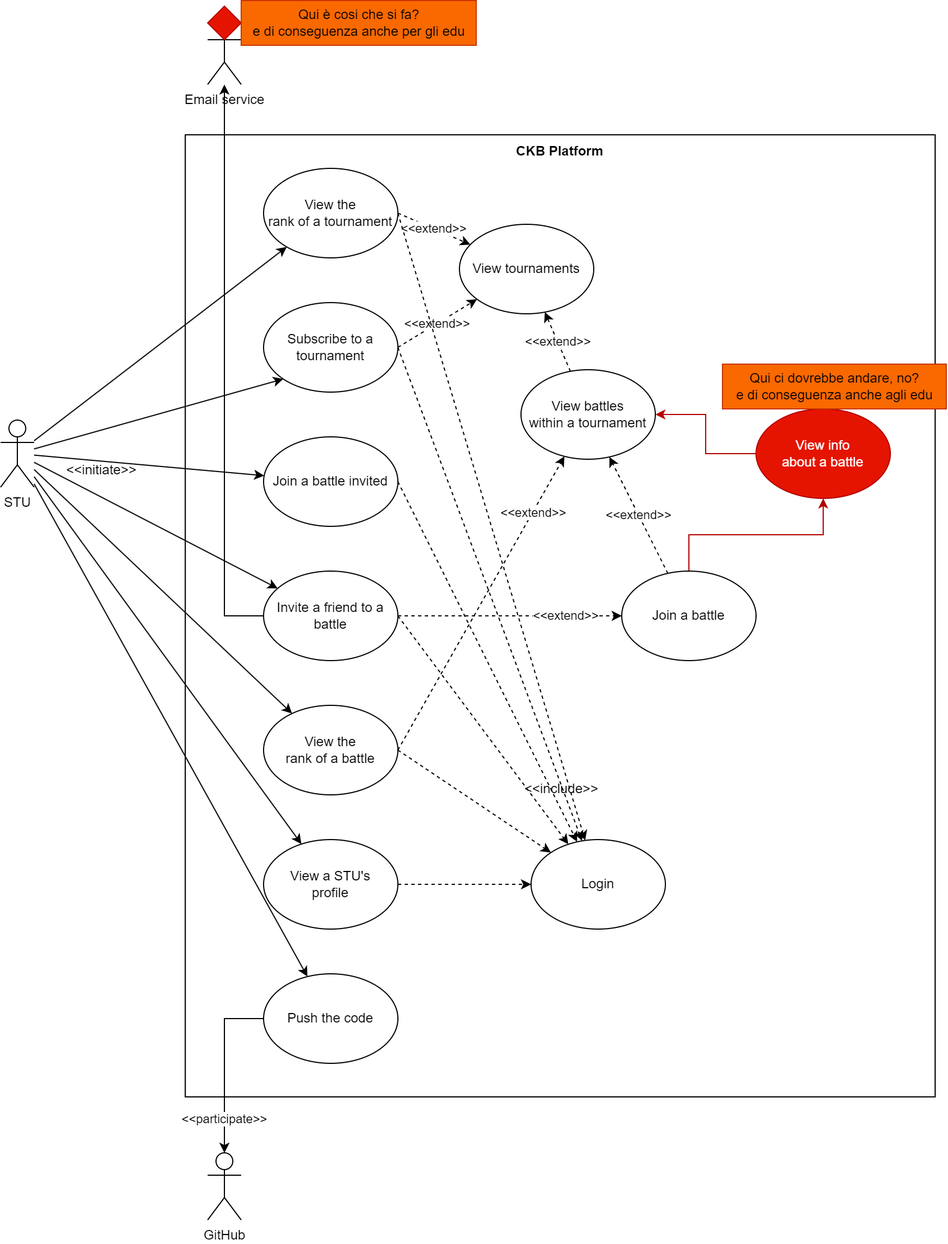
This is RASD/images/sequence_diagrams/use_case_diagrams_STU.png from pontig/sw-eng-2-PasiniPontiggiaStasi, a draw.io export, as it was before one commit. Source tidied: cells renumbered, new cells last; positions are measured from the earlier drawing's top-left corner, leaving out a move shared by most shapes.
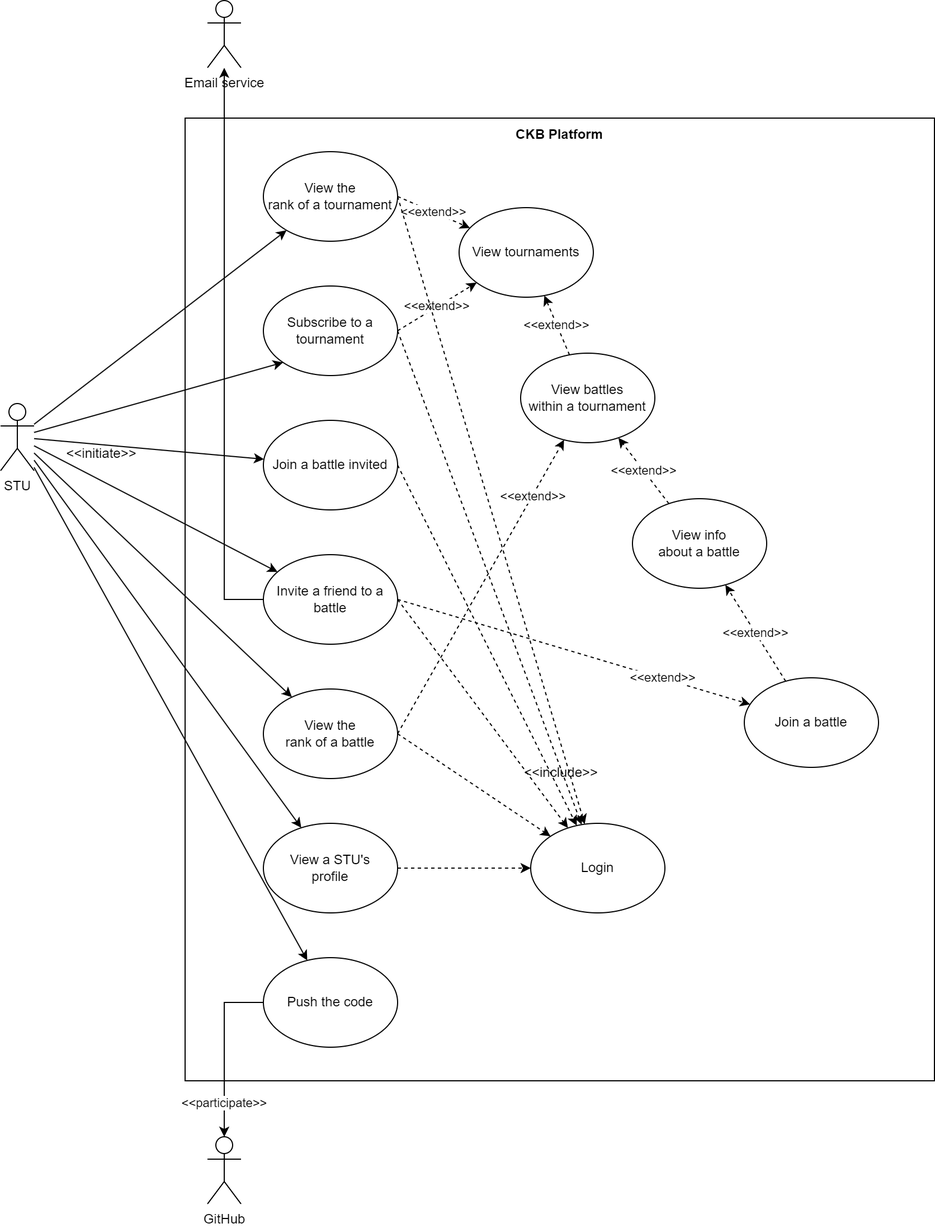
After the change.

Commit message:
we forgot a use case

Diff of the diagram source:
```diff
@@ -86,33 +86,15 @@
     <mxCell id="29" value="&lt;b&gt;CKB Platform&lt;/b&gt;" style="text;html=1;strokeColor=none;fillColor=none;align=center;verticalAlign=middle;whiteSpace=wrap;rounded=0;" parent="1" vertex="1">
       <mxGeometry x="260" y="120" width="480" height="30" as="geometry" />
     </mxCell>
-    <mxCell id="30" value="&amp;lt;&amp;lt;extend&amp;gt;&amp;gt;" style="edgeStyle=none;rounded=0;jettySize=auto;html=1;dashed=1;" parent="1" edge="1" source="32" target="17">
+    <mxCell id="30" value="&amp;lt;&amp;lt;extend&amp;gt;&amp;gt;" style="edgeStyle=none;rounded=0;jettySize=auto;html=1;dashed=1;" parent="1" edge="1" source="35" target="17">
       <mxGeometry relative="1" as="geometry" />
     </mxCell>
-    <mxCell id="31" style="edgeStyle=orthogonalEdgeStyle;rounded=0;jettySize=auto;html=1;fillColor=#e51400;strokeColor=#B20000;" parent="1" edge="1" source="32" target="35">
-      <mxGeometry relative="1" as="geometry" />
-    </mxCell>
     <mxCell id="32" value="Join a battle" style="ellipse;whiteSpace=wrap;html=1;" parent="1" vertex="1">
-      <mxGeometry x="555" y="510" width="120" height="80" as="geometry" />
+      <mxGeometry x="665" y="620" width="120" height="80" as="geometry" />
     </mxCell>
     <mxCell id="33" value="GitHub" style="shape=umlActor;verticalLabelPosition=bottom;verticalAlign=top;html=1;outlineConnect=0;" parent="1" vertex="1">
       <mxGeometry x="185" y="1030" width="30" height="60" as="geometry" />
     </mxCell>
-    <mxCell id="34" style="edgeStyle=orthogonalEdgeStyle;rounded=0;jettySize=auto;html=1;fillColor=#e51400;strokeColor=#B20000;" parent="1" edge="1" source="35" target="17">
-      <mxGeometry relative="1" as="geometry" />
-    </mxCell>
-    <mxCell id="35" value="View info&lt;br&gt;about a battle" style="ellipse;whiteSpace=wrap;html=1;fillColor=#e51400;fontColor=#ffffff;strokeColor=#B20000;" parent="1" vertex="1">
-      <mxGeometry x="675" y="365" width="120" height="80" as="geometry" />
-    </mxCell>
-    <mxCell id="36" value="Qui ci dovrebbe andare, no?&lt;br&gt;e di conseguenza anche agli edu" style="text;html=1;align=center;verticalAlign=middle;strokeColor=#C73500;fillColor=#fa6800;fontColor=#000000;" parent="1" vertex="1">
-      <mxGeometry x="645" y="325" width="200" height="40" as="geometry" />
-    </mxCell>
-    <mxCell id="37" style="rhombus;whiteSpace=wrap;html=1;fillColor=#e51400;fontColor=#ffffff;strokeColor=#B20000;" parent="1" vertex="1">
-      <mxGeometry x="185" y="5" width="30" height="30" as="geometry" />
-    </mxCell>
-    <mxCell id="38" value="Qui è cosi che si fa?&lt;br&gt;e di conseguenza anche per gli edu" style="text;html=1;align=center;verticalAlign=middle;strokeColor=#C73500;fillColor=#fa6800;fontColor=#000000;" parent="1" vertex="1">
-      <mxGeometry x="215" width="210" height="40" as="geometry" />
-    </mxCell>
     <mxCell id="39" value="View the&lt;br&gt;rank of a battle" style="ellipse;whiteSpace=wrap;html=1;" parent="1" vertex="1">
       <mxGeometry x="235" y="630" width="120" height="80" as="geometry" />
     </mxCell>
@@ -137,5 +119,11 @@
     <mxCell id="46" value="View a STU's&lt;br&gt;profile" style="ellipse;whiteSpace=wrap;html=1;" parent="1" vertex="1">
       <mxGeometry x="235" y="750" width="120" height="80" as="geometry" />
     </mxCell>
+    <mxCell id="31" value="&amp;lt;&amp;lt;extend&amp;gt;&amp;gt;" style="edgeStyle=none;rounded=0;jettySize=auto;html=1;dashed=1;" parent="1" edge="1" source="32" target="35">
+      <mxGeometry relative="1" as="geometry" />
+    </mxCell>
+    <mxCell id="35" value="View info&lt;br&gt;about a battle" style="ellipse;whiteSpace=wrap;html=1;" parent="1" vertex="1">
+      <mxGeometry x="565" y="460" width="120" height="80" as="geometry" />
+    </mxCell>
   </root>
 </mxGraphModel>
```
